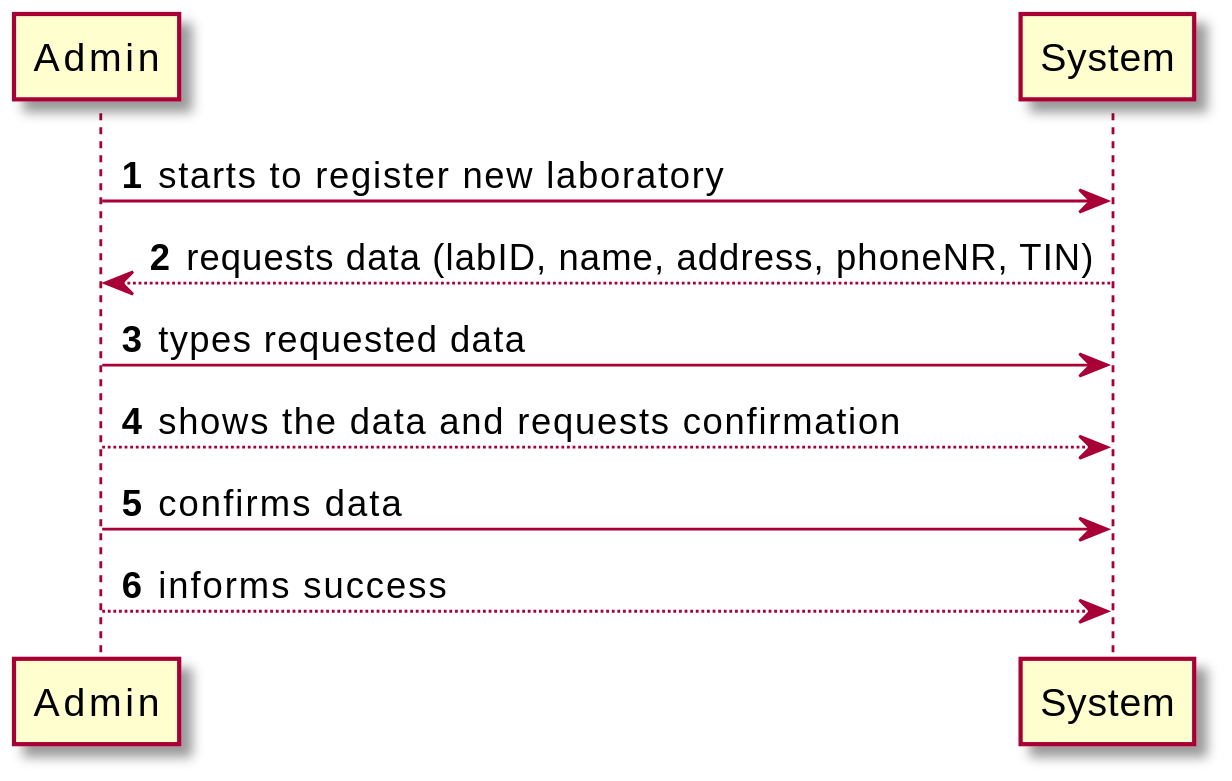
Above: docs/SprintB/US8/US8_SSD.svg in jsmarques98/LAPR2-ISEP (PlantUML), before the change. The source it was exported from:
```plantuml
@startuml

autonumber

Admin -> System: starts to register new laboratory
System --> Admin: requests data (labID, name, address, phoneNR, TIN)

Admin -> System: types requested data
System <-- Admin: shows the data and requests confirmation

Admin -> System: confirms data
System <-- Admin: informs success
@enduml
```
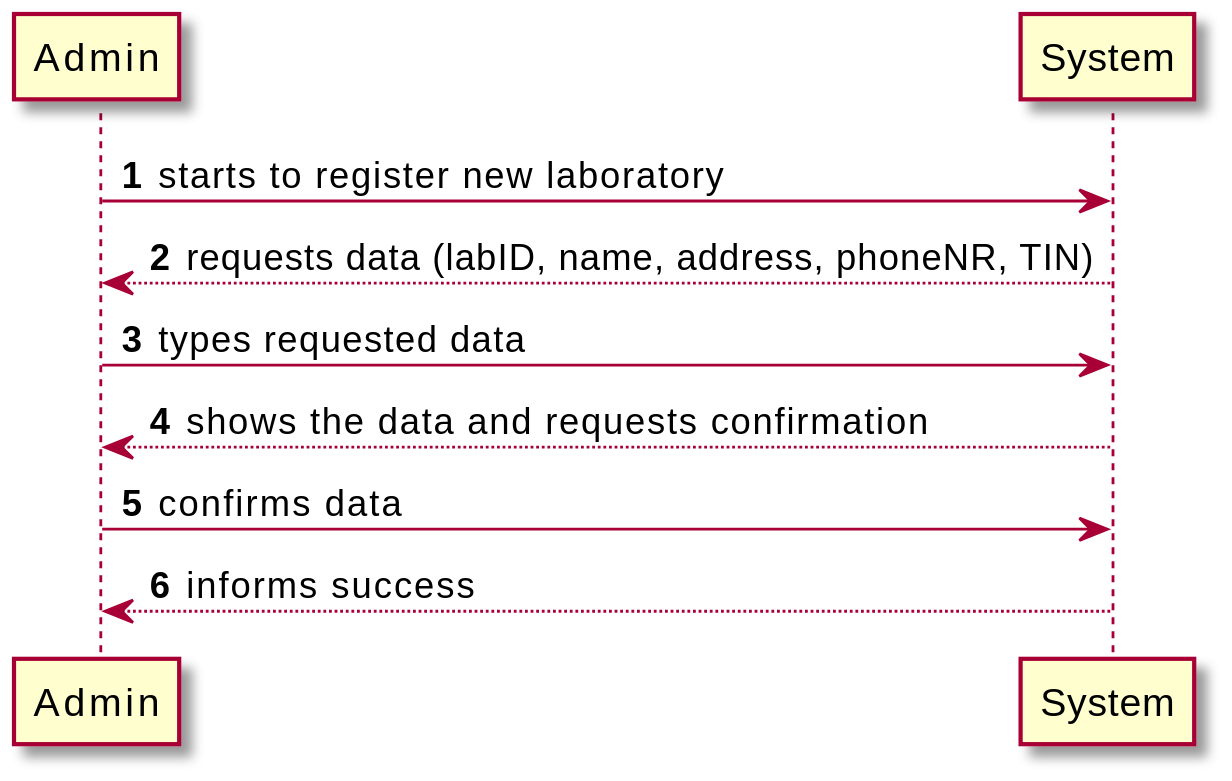
After the change.

Commit message:
SSD US8 corrigido

What changed in the source:
```diff
@@ -6,8 +6,8 @@
 System --> Admin: requests data (labID, name, address, phoneNR, TIN)
 
 Admin -> System: types requested data
-System <-- Admin: shows the data and requests confirmation
+System --> Admin: shows the data and requests confirmation
 
 Admin -> System: confirms data
-System <-- Admin: informs success
+System --> Admin: informs success
 @enduml
```
